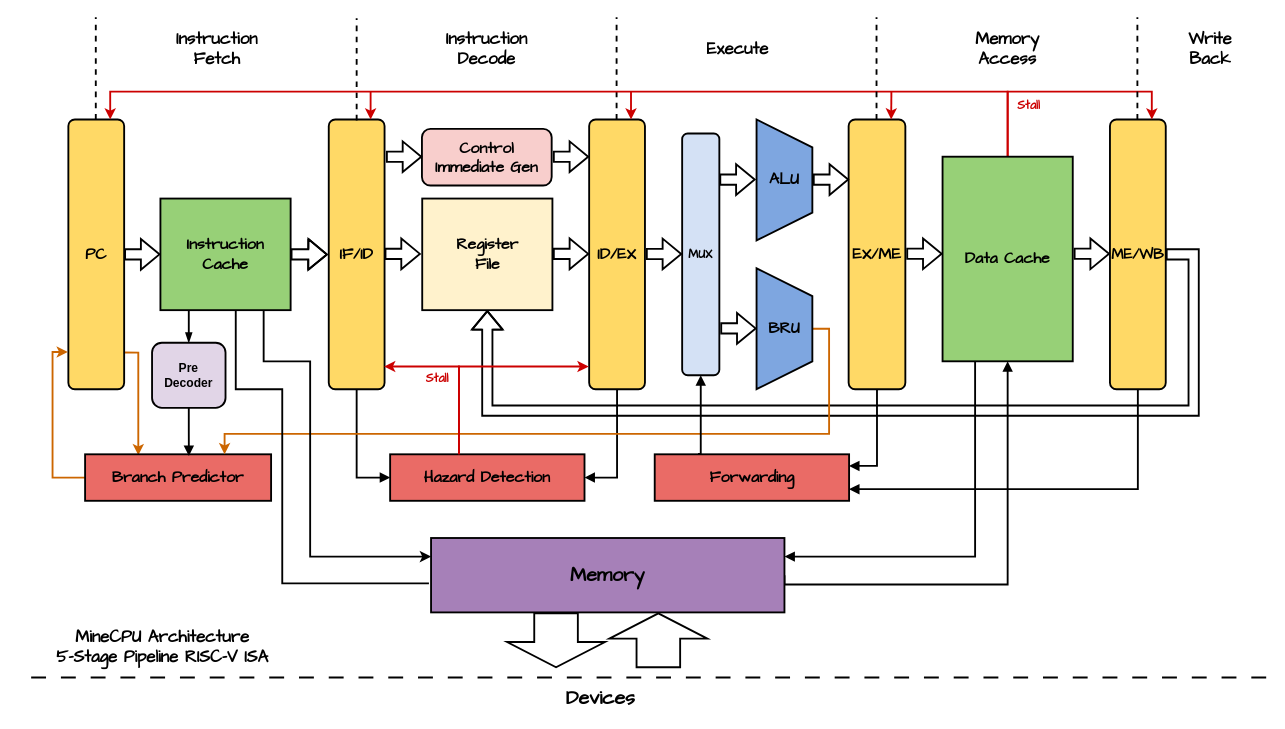
The draw.io diagram docs/Architecture.drawio in LunaQu4kez/SUSTech_CS202_MineCPU, before the edit. Source tidied: cells renumbered, new cells numbered last; positions are measured from the earlier drawing's top-left corner, leaving out a move shared by most shapes. Both pictures are drawn from the tidied source at 93%, with x=0, y=0 at pixel (16, 17).
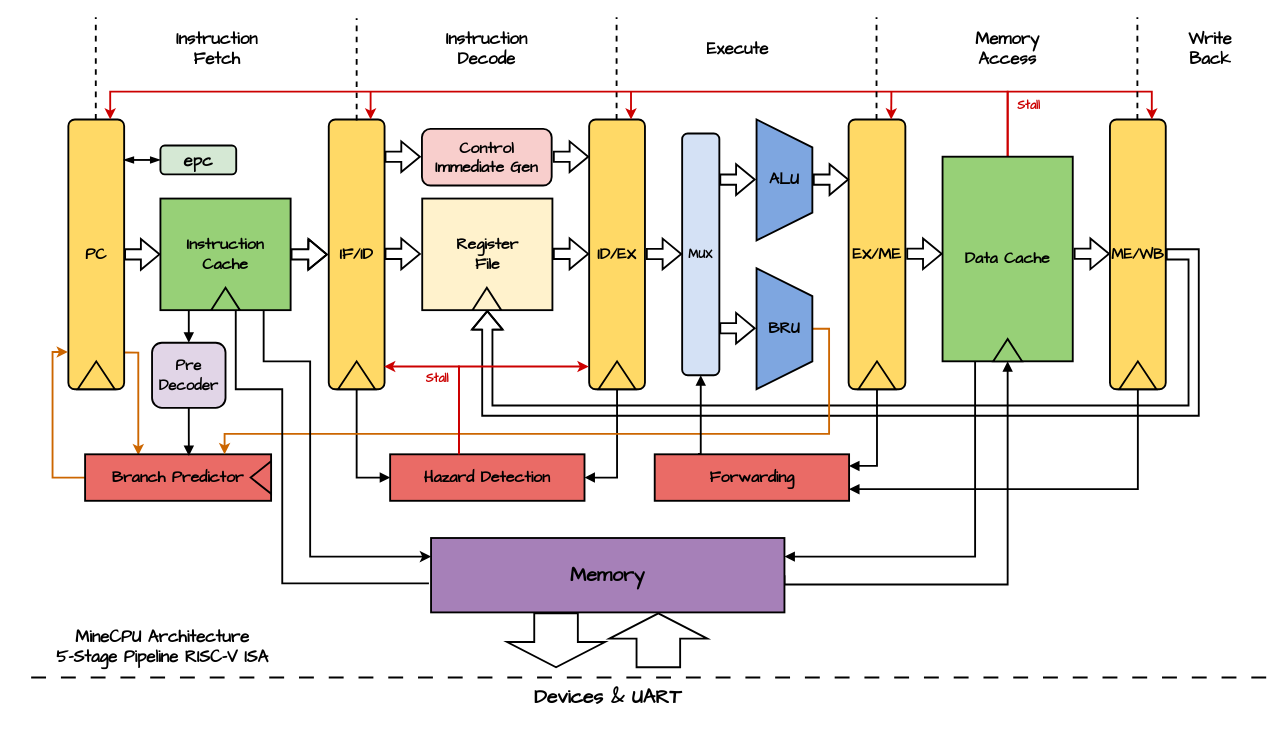
After the change.

Commit message (it also covers changes not shown here):
doc: fix architecture diagram and add report skeleton

Unchanged cells that the change refers to:
```xml
<mxCell id="3" value="&lt;font face=&quot;Comic Sans MS&quot; size=&quot;1&quot;&gt;&lt;b style=&quot;font-size: 17px;&quot;&gt;PC&lt;/b&gt;&lt;/font&gt;" style="rounded=1;whiteSpace=wrap;html=1;absoluteArcSize=1;arcSize=14;strokeWidth=2;fillColor=#FFD966;" parent="1" vertex="1">
  <mxGeometry x="56" y="110" width="60" height="290" as="geometry" />
</mxCell>
<mxCell id="29" value="&lt;b&gt;&lt;font face=&quot;Comic Sans MS&quot; style=&quot;font-size: 17px;&quot;&gt;Instruction Cache&lt;/font&gt;&lt;/b&gt;" style="rounded=0;whiteSpace=wrap;html=1;strokeWidth=2;fillColor=#97D077;" parent="1" vertex="1">
  <mxGeometry x="155" y="195" width="140" height="120" as="geometry" />
</mxCell>
```

What changed in the source:
```diff
@@
-    <mxCell id="28" style="edgeStyle=orthogonalEdgeStyle;rounded=0;jettySize=auto;html=1;exitX=0.25;exitY=1;exitDx=0;exitDy=0;entryX=0.5;entryY=0;entryDx=0;entryDy=0;strokeWidth=2;endArrow=blockThin;endFill=1;" parent="1" edge="1" source="29" target="49">
+    <mxCell id="28" style="edgeStyle=orthogonalEdgeStyle;rounded=0;jettySize=auto;html=1;exitX=0.25;exitY=1;exitDx=0;exitDy=0;entryX=0.5;entryY=0;entryDx=0;entryDy=0;strokeWidth=2;endArrow=block;endFill=1;" parent="1" edge="1" source="29" target="49">
       <mxGeometry relative="1" as="geometry" />
     </mxCell>
@@
-    <mxCell id="49" value="&lt;b&gt;&lt;font style=&quot;font-size: 13px;&quot;&gt;Pre&lt;br&gt;Decoder&lt;/font&gt;&lt;/b&gt;" style="rounded=1;whiteSpace=wrap;html=1;strokeWidth=2;fillColor=#E1D5E7;" parent="1" vertex="1">
+    <mxCell id="49" value="&lt;b style=&quot;font-size: 16px;&quot;&gt;&lt;font face=&quot;Comic Sans MS&quot; style=&quot;font-size: 16px;&quot;&gt;Pre&lt;br&gt;Decoder&lt;/font&gt;&lt;/b&gt;" style="rounded=1;whiteSpace=wrap;html=1;strokeWidth=2;fillColor=#E1D5E7;" parent="1" vertex="1">
       <mxGeometry x="146" y="350" width="79" height="70" as="geometry" />
     </mxCell>
@@
     <mxCell id="58" style="edgeStyle=orthogonalEdgeStyle;rounded=0;orthogonalLoop=1;jettySize=auto;html=1;entryX=0;entryY=0.5;entryDx=0;entryDy=0;strokeWidth=2;shape=flexArrow;" parent="1" edge="1">
       <mxGeometry relative="1" as="geometry">
-        <mxPoint x="757" y="334.6" as="sourcePoint" />
-        <mxPoint x="796" y="334.6" as="targetPoint" />
+        <mxPoint x="756" y="334.4" as="sourcePoint" />
+        <mxPoint x="795" y="334.4" as="targetPoint" />
         <Array as="points">
-          <mxPoint x="757" y="334.6" />
+          <mxPoint x="756" y="334.4" />
         </Array>
       </mxGeometry>
     </mxCell>
@@
     <mxCell id="63" style="edgeStyle=orthogonalEdgeStyle;rounded=0;orthogonalLoop=1;jettySize=auto;html=1;entryX=0;entryY=0.5;entryDx=0;entryDy=0;strokeWidth=2;shape=flexArrow;" parent="1" edge="1">
       <mxGeometry relative="1" as="geometry">
-        <mxPoint x="397.5" y="150" as="sourcePoint" />
-        <mxPoint x="436.5" y="150" as="targetPoint" />
+        <mxPoint x="396" y="150" as="sourcePoint" />
+        <mxPoint x="435" y="150" as="targetPoint" />
         <Array as="points">
-          <mxPoint x="397.5" y="150" />
+          <mxPoint x="396" y="150" />
         </Array>
       </mxGeometry>
     </mxCell>
@@
-    <mxCell id="66" value="&lt;b&gt;&lt;font face=&quot;Comic Sans MS&quot; style=&quot;font-size: 21px;&quot;&gt;Devices&lt;/font&gt;&lt;/b&gt;" style="text;html=1;align=center;verticalAlign=middle;whiteSpace=wrap;rounded=0;" parent="1" vertex="1">
-      <mxGeometry x="364" y="715" width="529" height="34" as="geometry" />
+    <mxCell id="66" value="&lt;b&gt;&lt;font face=&quot;Comic Sans MS&quot; style=&quot;font-size: 21px;&quot;&gt;Devices &amp;amp; UART&lt;/font&gt;&lt;/b&gt;" style="text;html=1;align=center;verticalAlign=middle;whiteSpace=wrap;rounded=0;" parent="1" vertex="1">
+      <mxGeometry x="371.5" y="714" width="529" height="34" as="geometry" />
     </mxCell>
@@
+    <mxCell id="70" style="triangle;whiteSpace=wrap;html=1;direction=north;strokeWidth=2;fillColor=#FFD966;" parent="1" vertex="1">
+      <mxGeometry x="66" y="370" width="40" height="30" as="geometry" />
+    </mxCell>
+    <mxCell id="71" style="triangle;whiteSpace=wrap;html=1;direction=north;strokeWidth=2;fillColor=#FFD966;" parent="1" vertex="1">
+      <mxGeometry x="346" y="370" width="40" height="30" as="geometry" />
+    </mxCell>
+    <mxCell id="72" style="triangle;whiteSpace=wrap;html=1;direction=north;strokeWidth=2;fillColor=#FFD966;" parent="1" vertex="1">
+      <mxGeometry x="626" y="370" width="40" height="30" as="geometry" />
+    </mxCell>
+    <mxCell id="73" style="triangle;whiteSpace=wrap;html=1;direction=north;strokeWidth=2;fillColor=#FFD966;" parent="1" vertex="1">
+      <mxGeometry x="905.5" y="370" width="40" height="30" as="geometry" />
+    </mxCell>
+    <mxCell id="74" style="triangle;whiteSpace=wrap;html=1;direction=north;strokeWidth=2;fillColor=#FFD966;" parent="1" vertex="1">
+      <mxGeometry x="1186" y="370" width="40" height="30" as="geometry" />
+    </mxCell>
+    <mxCell id="75" style="triangle;whiteSpace=wrap;html=1;direction=west;strokeWidth=2;fillColor=#ea6b67;" parent="1" vertex="1">
+      <mxGeometry x="252" y="477.5" width="22" height="35" as="geometry" />
+    </mxCell>
+    <mxCell id="76" style="triangle;whiteSpace=wrap;html=1;direction=north;strokeWidth=2;fillColor=#fff2cc;" parent="1" vertex="1">
+      <mxGeometry x="490.5" y="291" width="31" height="24" as="geometry" />
+    </mxCell>
+    <mxCell id="77" style="triangle;whiteSpace=wrap;html=1;direction=north;strokeWidth=2;fillColor=#97d077;" parent="1" vertex="1">
+      <mxGeometry x="209.5" y="291" width="31" height="24" as="geometry" />
+    </mxCell>
+    <mxCell id="78" style="triangle;whiteSpace=wrap;html=1;direction=north;strokeWidth=2;fillColor=#97d077;" parent="1" vertex="1">
+      <mxGeometry x="1050.5" y="346" width="31" height="24" as="geometry" />
+    </mxCell>
+    <mxCell id="79" value="&lt;b style=&quot;&quot;&gt;&lt;font face=&quot;Comic Sans MS&quot; style=&quot;&quot;&gt;&lt;font style=&quot;font-size: 18px;&quot;&gt;epc&lt;/font&gt;&lt;br&gt;&lt;/font&gt;&lt;/b&gt;" style="rounded=1;whiteSpace=wrap;html=1;strokeWidth=2;fillColor=#D5E8D4;" parent="1" vertex="1">
+      <mxGeometry x="155" y="138" width="81.5" height="31" as="geometry" />
+    </mxCell>
+    <mxCell id="80" style="edgeStyle=orthogonalEdgeStyle;rounded=0;jettySize=auto;html=1;exitX=0;exitY=0.5;exitDx=0;exitDy=0;strokeWidth=2;endArrow=blockThin;endFill=1;startArrow=blockThin;startFill=1;entryX=0.991;entryY=0.147;entryDx=0;entryDy=0;entryPerimeter=0;" parent="1" edge="1" source="79" target="3">
+      <mxGeometry relative="1" as="geometry" />
+    </mxCell>
```
